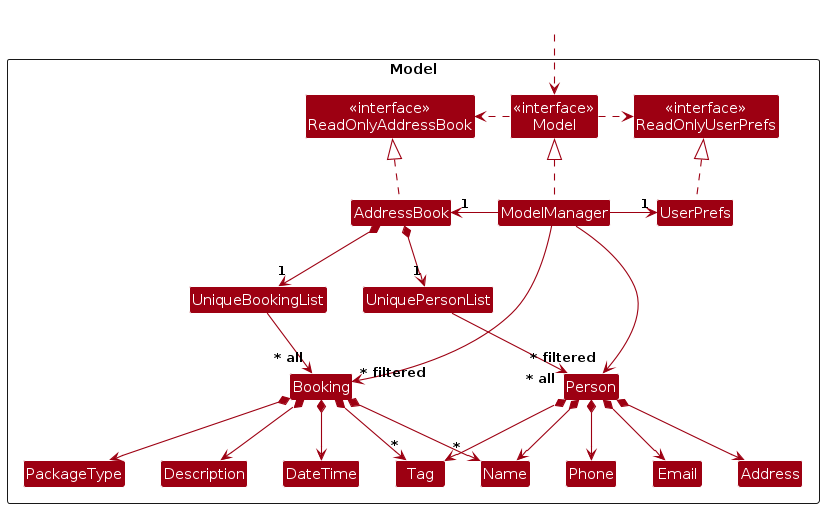
AY2526S1-CS2103T-T08-1/tp keeps this PlantUML diagram as diagrams/ModelClassDiagram.png. Above is the earlier version. Its source is kept beside it as diagrams/ModelClassDiagram.puml. Source of this version:
```plantuml
@startuml
!include style.puml
skinparam arrowThickness 1.1
skinparam arrowColor MODEL_COLOR
skinparam classBackgroundColor MODEL_COLOR

Package Model as ModelPackage <<Rectangle>>{
Class "<<interface>>\nReadOnlyAddressBook" as ReadOnlyAddressBook
Class "<<interface>>\nReadOnlyUserPrefs" as ReadOnlyUserPrefs
Class "<<interface>>\nModel" as Model
Class AddressBook
Class ModelManager
Class UserPrefs

Class UniquePersonList
Class UniqueBookingList
Class Person
Class Address
Class Email
Class Name
Class Phone
Class Tag
Class Booking {
    isDone : Boolean
}
Class Description
Class DateTime
Enum PackageType

Class I #FFFFFF
}

Class HiddenOutside #FFFFFF
HiddenOutside ..> Model

AddressBook .up.|> ReadOnlyAddressBook

ModelManager .up.|> Model
Model .right.> ReadOnlyUserPrefs
Model .right.> ReadOnlyAddressBook
ModelManager -left-> "1" AddressBook
ModelManager -right-> "1" UserPrefs
UserPrefs .up.|> ReadOnlyUserPrefs

AddressBook *--> "1" UniquePersonList
AddressBook *--> "1" UniqueBookingList
UniqueBookingList -down-> "~* all" Booking
UniquePersonList -down-> "~* all" Person

Booking *-down-> PackageType
Booking *-down-> Description
Booking *-down-> DateTime
Booking *-down-> "*" Tag
Booking *-down-> Name

Person *-down-> Name
Person *-down-> Phone
Person *-down-> Email
Person *-down-> Address
Person *-down-> "*" Tag

ModelManager -down-> "~* filtered" Booking
ModelManager -down-> "~* filtered" Person

PackageType -[hidden]right-> Description
Description -[hidden]right-> DateTime
DateTime -[hidden]right-> Name
Name -[hidden]right-> Phone
Phone -[hidden]right-> Email
Email -[hidden]right-> Address

Person -[hidden]up-> I
UniquePersonList -[hidden]right-> I
@enduml
```
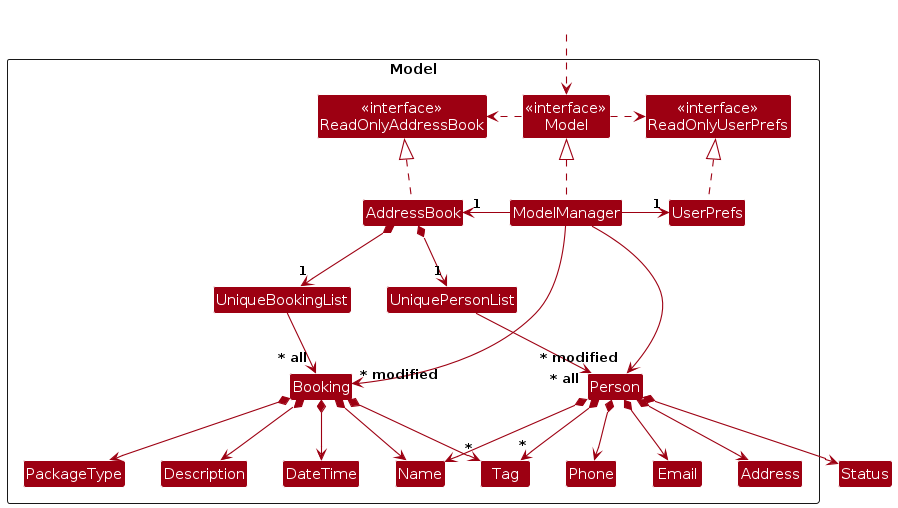
The same file after the commit.

What changed in the source:
```diff
@@ -57,10 +57,11 @@
 Person *-down-> Phone
 Person *-down-> Email
 Person *-down-> Address
+Person *-down-> Status
 Person *-down-> "*" Tag
 
-ModelManager -down-> "~* filtered" Booking
-ModelManager -down-> "~* filtered" Person
+ModelManager -down-> "~* modified" Booking
+ModelManager -down-> "~* modified" Person
 
 PackageType -[hidden]right-> Description
 Description -[hidden]right-> DateTime
```
